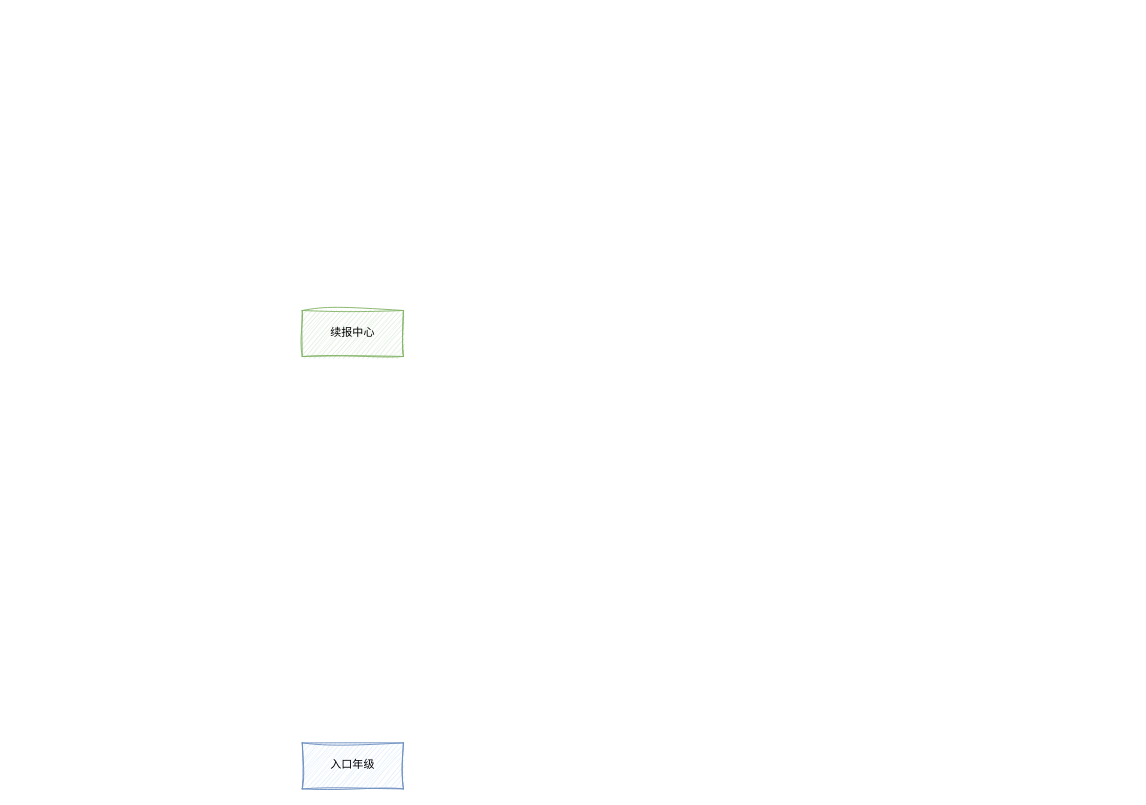
Before: xiwang/续报中心-简介.drawio in LanSeTianYe/draw, a draw.io diagram. Source tidied: cells renumbered, new cells numbered last; positions are measured from the earlier drawing's top-left corner, leaving out a move shared by most shapes. Both pictures are drawn from the tidied source at 92%, with x=0, y=0 at pixel (302, 310).
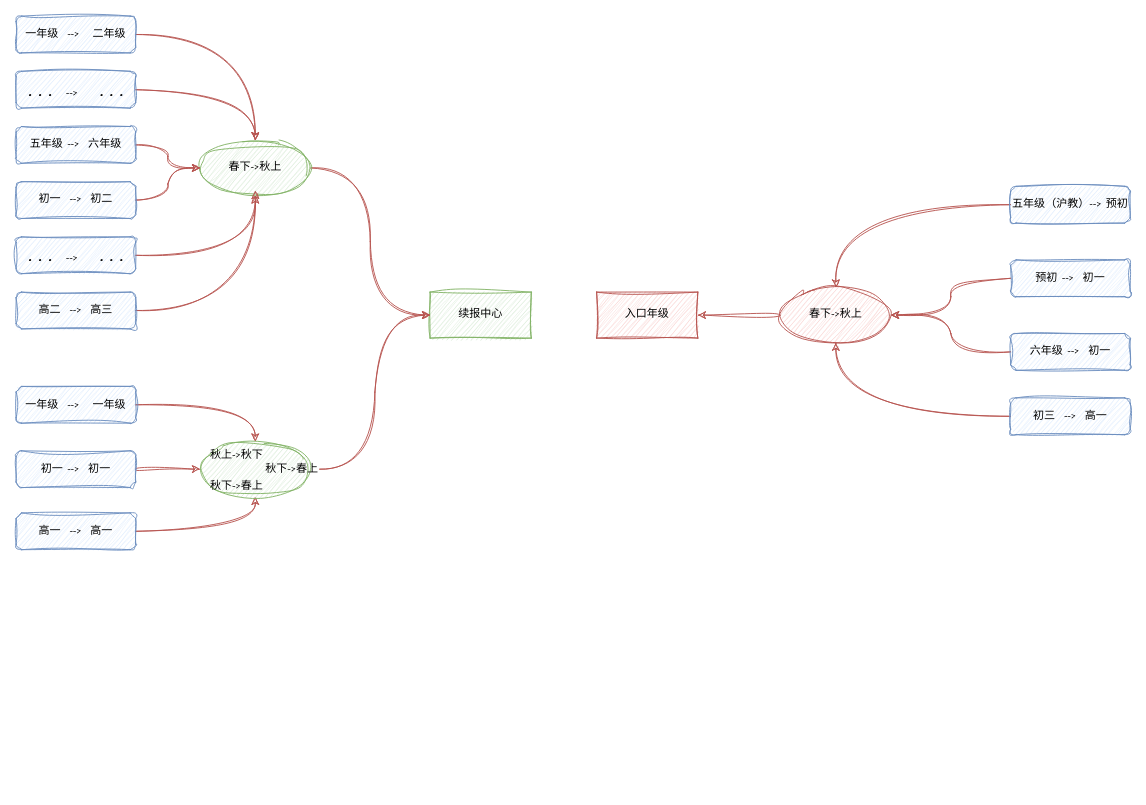
After the change.

Commit message (it also covers changes not shown here):
更新续报中心-简介.drawio

Diff of the diagram source:
```diff
@@
     <mxCell id="2" value="续报中心" style="rounded=0;whiteSpace=wrap;html=1;sketch=1;hachureGap=4;jiggle=2;curveFitting=1;fontFamily=Architects Daughter;fillColor=#d5e8d4;strokeColor=#82b366;" parent="1" vertex="1">
-      <mxGeometry width="110" height="50" as="geometry" />
+      <mxGeometry x="139" y="-20" width="110" height="50" as="geometry" />
     </mxCell>
-    <mxCell id="3" value="入口年级" style="rounded=0;whiteSpace=wrap;html=1;sketch=1;hachureGap=4;jiggle=2;curveFitting=1;fontFamily=Architects Daughter;fillColor=#dae8fc;strokeColor=#6c8ebf;" parent="1" vertex="1">
-      <mxGeometry y="470" width="110" height="50" as="geometry" />
+    <mxCell id="3" value="入口年级" style="rounded=0;whiteSpace=wrap;html=1;sketch=1;hachureGap=4;jiggle=2;curveFitting=1;fontFamily=Architects Daughter;fillColor=#f8cecc;strokeColor=#b85450;" parent="1" vertex="1">
+      <mxGeometry x="320" y="-20" width="110" height="50" as="geometry" />
     </mxCell>
+    <mxCell id="4" style="edgeStyle=orthogonalEdgeStyle;curved=1;rounded=0;sketch=1;hachureGap=4;jiggle=2;curveFitting=1;jettySize=auto;html=1;exitX=0;exitY=0.5;exitDx=0;exitDy=0;entryX=1;entryY=0.5;entryDx=0;entryDy=0;fontFamily=Architects Daughter;fillColor=#f8cecc;strokeColor=#b85450;" parent="1" edge="1" source="5" target="3">
+      <mxGeometry relative="1" as="geometry" />
+    </mxCell>
+    <mxCell id="5" value="春下-&amp;gt;秋上" style="ellipse;whiteSpace=wrap;html=1;sketch=1;hachureGap=4;jiggle=2;curveFitting=1;fontFamily=Architects Daughter;fillColor=#f8cecc;strokeColor=#b85450;" parent="1" vertex="1">
+      <mxGeometry x="520" y="-25" width="120" height="60" as="geometry" />
+    </mxCell>
+    <mxCell id="6" style="edgeStyle=orthogonalEdgeStyle;curved=1;rounded=0;sketch=1;hachureGap=4;jiggle=2;curveFitting=1;jettySize=auto;html=1;exitX=0;exitY=0.5;exitDx=0;exitDy=0;entryX=0.5;entryY=0;entryDx=0;entryDy=0;fontFamily=Architects Daughter;fillColor=#f8cecc;strokeColor=#b85450;" parent="1" edge="1" source="7" target="5">
+      <mxGeometry relative="1" as="geometry" />
+    </mxCell>
+    <mxCell id="7" value="五年级（沪教）--&amp;gt; 预初" style="rounded=1;whiteSpace=wrap;html=1;sketch=1;hachureGap=4;jiggle=2;curveFitting=1;fontFamily=Architects Daughter;fillColor=#dae8fc;strokeColor=#6c8ebf;" parent="1" vertex="1">
+      <mxGeometry x="770" y="-135" width="130" height="40" as="geometry" />
+    </mxCell>
+    <mxCell id="8" style="edgeStyle=orthogonalEdgeStyle;curved=1;rounded=0;sketch=1;hachureGap=4;jiggle=2;curveFitting=1;jettySize=auto;html=1;exitX=0;exitY=0.5;exitDx=0;exitDy=0;fontFamily=Architects Daughter;fillColor=#f8cecc;strokeColor=#b85450;" parent="1" edge="1" source="9" target="5">
+      <mxGeometry relative="1" as="geometry" />
+    </mxCell>
+    <mxCell id="9" value="初三&amp;nbsp; --&amp;gt;&amp;nbsp; 高一" style="rounded=1;whiteSpace=wrap;html=1;sketch=1;hachureGap=4;jiggle=2;curveFitting=1;fontFamily=Architects Daughter;fillColor=#dae8fc;strokeColor=#6c8ebf;" parent="1" vertex="1">
+      <mxGeometry x="770" y="95" width="130" height="40" as="geometry" />
+    </mxCell>
+    <mxCell id="10" style="edgeStyle=orthogonalEdgeStyle;curved=1;rounded=0;sketch=1;hachureGap=4;jiggle=2;curveFitting=1;jettySize=auto;html=1;exitX=0;exitY=0.5;exitDx=0;exitDy=0;entryX=1;entryY=0.5;entryDx=0;entryDy=0;fontFamily=Architects Daughter;fillColor=#f8cecc;strokeColor=#b85450;" parent="1" edge="1" source="11" target="5">
+      <mxGeometry relative="1" as="geometry" />
+    </mxCell>
+    <mxCell id="11" value="预初 --&amp;gt;&amp;nbsp; 初一" style="rounded=1;whiteSpace=wrap;html=1;sketch=1;hachureGap=4;jiggle=2;curveFitting=1;fontFamily=Architects Daughter;fillColor=#dae8fc;strokeColor=#6c8ebf;" parent="1" vertex="1">
+      <mxGeometry x="770" y="-55" width="130" height="40" as="geometry" />
+    </mxCell>
+    <mxCell id="12" style="edgeStyle=orthogonalEdgeStyle;curved=1;rounded=0;sketch=1;hachureGap=4;jiggle=2;curveFitting=1;jettySize=auto;html=1;exitX=1;exitY=0.5;exitDx=0;exitDy=0;entryX=0;entryY=0.5;entryDx=0;entryDy=0;fontFamily=Architects Daughter;fillColor=#f8cecc;strokeColor=#b85450;" parent="1" edge="1" source="13" target="2">
+      <mxGeometry relative="1" as="geometry" />
+    </mxCell>
+    <mxCell id="13" value="春下-&amp;gt;秋上" style="ellipse;whiteSpace=wrap;html=1;sketch=1;hachureGap=4;jiggle=2;curveFitting=1;fontFamily=Architects Daughter;fillColor=#d5e8d4;strokeColor=#82b366;" parent="1" vertex="1">
+      <mxGeometry x="-111" y="-185" width="120" height="60" as="geometry" />
+    </mxCell>
+    <mxCell id="14" style="edgeStyle=orthogonalEdgeStyle;rounded=0;sketch=1;hachureGap=4;jiggle=2;curveFitting=1;jettySize=auto;html=1;exitX=1;exitY=0.5;exitDx=0;exitDy=0;fontFamily=Architects Daughter;curved=1;fillColor=#f8cecc;strokeColor=#b85450;" parent="1" edge="1" source="15" target="13">
+      <mxGeometry relative="1" as="geometry" />
+    </mxCell>
+    <mxCell id="15" value="一年级&amp;nbsp; --&amp;gt;&amp;nbsp; &amp;nbsp;二年级" style="rounded=1;whiteSpace=wrap;html=1;sketch=1;hachureGap=4;jiggle=2;curveFitting=1;fontFamily=Architects Daughter;fillColor=#dae8fc;strokeColor=#6c8ebf;" parent="1" vertex="1">
+      <mxGeometry x="-311" y="-320" width="130" height="40" as="geometry" />
+    </mxCell>
+    <mxCell id="16" style="edgeStyle=orthogonalEdgeStyle;curved=1;rounded=0;sketch=1;hachureGap=4;jiggle=2;curveFitting=1;jettySize=auto;html=1;exitX=1;exitY=0.5;exitDx=0;exitDy=0;fontFamily=Architects Daughter;fillColor=#f8cecc;strokeColor=#b85450;" parent="1" edge="1" source="17" target="13">
+      <mxGeometry relative="1" as="geometry" />
+    </mxCell>
+    <mxCell id="17" value="初一&amp;nbsp; --&amp;gt;&amp;nbsp; 初二" style="rounded=1;whiteSpace=wrap;html=1;sketch=1;hachureGap=4;jiggle=2;curveFitting=1;fontFamily=Architects Daughter;fillColor=#dae8fc;strokeColor=#6c8ebf;" parent="1" vertex="1">
+      <mxGeometry x="-311" y="-140" width="130" height="40" as="geometry" />
+    </mxCell>
+    <mxCell id="18" style="edgeStyle=orthogonalEdgeStyle;curved=1;rounded=0;sketch=1;hachureGap=4;jiggle=2;curveFitting=1;jettySize=auto;html=1;exitX=1;exitY=0.5;exitDx=0;exitDy=0;fontFamily=Architects Daughter;fillColor=#f8cecc;strokeColor=#b85450;" parent="1" edge="1" source="19" target="13">
+      <mxGeometry relative="1" as="geometry" />
+    </mxCell>
+    <mxCell id="19" value="五年级 --&amp;gt;&amp;nbsp; 六年级" style="rounded=1;whiteSpace=wrap;html=1;sketch=1;hachureGap=4;jiggle=2;curveFitting=1;fontFamily=Architects Daughter;fillColor=#dae8fc;strokeColor=#6c8ebf;" parent="1" vertex="1">
+      <mxGeometry x="-311" y="-200" width="130" height="40" as="geometry" />
+    </mxCell>
+    <mxCell id="20" style="edgeStyle=orthogonalEdgeStyle;curved=1;rounded=0;sketch=1;hachureGap=4;jiggle=2;curveFitting=1;jettySize=auto;html=1;exitX=1;exitY=0.5;exitDx=0;exitDy=0;fontFamily=Architects Daughter;fillColor=#f8cecc;strokeColor=#b85450;" parent="1" edge="1" source="21">
+      <mxGeometry relative="1" as="geometry">
+        <mxPoint x="-51" y="-130" as="targetPoint" />
+      </mxGeometry>
+    </mxCell>
+    <mxCell id="21" value="高二&amp;nbsp; --&amp;gt;&amp;nbsp; 高三" style="rounded=1;whiteSpace=wrap;html=1;sketch=1;hachureGap=4;jiggle=2;curveFitting=1;fontFamily=Architects Daughter;fillColor=#dae8fc;strokeColor=#6c8ebf;" parent="1" vertex="1">
+      <mxGeometry x="-311" y="-20" width="130" height="40" as="geometry" />
+    </mxCell>
+    <mxCell id="22" style="edgeStyle=orthogonalEdgeStyle;curved=1;rounded=0;sketch=1;hachureGap=4;jiggle=2;curveFitting=1;jettySize=auto;html=1;exitX=1;exitY=0.5;exitDx=0;exitDy=0;fontFamily=Architects Daughter;fillColor=#f8cecc;strokeColor=#b85450;" parent="1" edge="1" source="23" target="13">
+      <mxGeometry relative="1" as="geometry" />
+    </mxCell>
+    <mxCell id="23" value="&lt;font style=&quot;&quot;&gt;&lt;b style=&quot;font-size: 20px;&quot;&gt;. . .&amp;nbsp; &lt;/b&gt;&lt;font style=&quot;font-size: 12px;&quot;&gt;--&amp;gt;&lt;/font&gt;&lt;b style=&quot;font-size: 20px;&quot;&gt;&amp;nbsp; &amp;nbsp;. . .&lt;/b&gt;&lt;/font&gt;" style="rounded=1;whiteSpace=wrap;html=1;sketch=1;hachureGap=4;jiggle=2;curveFitting=1;fontFamily=Architects Daughter;fillColor=#dae8fc;strokeColor=#6c8ebf;" parent="1" vertex="1">
+      <mxGeometry x="-311" y="-260" width="130" height="40" as="geometry" />
+    </mxCell>
+    <mxCell id="24" style="edgeStyle=orthogonalEdgeStyle;curved=1;rounded=0;sketch=1;hachureGap=4;jiggle=2;curveFitting=1;jettySize=auto;html=1;exitX=1;exitY=0.5;exitDx=0;exitDy=0;fontFamily=Architects Daughter;fillColor=#f8cecc;strokeColor=#b85450;" parent="1" edge="1" source="25" target="13">
+      <mxGeometry relative="1" as="geometry" />
+    </mxCell>
+    <mxCell id="25" value="&lt;font style=&quot;&quot;&gt;&lt;b style=&quot;font-size: 20px;&quot;&gt;. . .&amp;nbsp; &lt;/b&gt;&lt;font style=&quot;font-size: 12px;&quot;&gt;--&amp;gt;&lt;/font&gt;&lt;b style=&quot;font-size: 20px;&quot;&gt;&amp;nbsp; &amp;nbsp;. . .&lt;/b&gt;&lt;/font&gt;" style="rounded=1;whiteSpace=wrap;html=1;sketch=1;hachureGap=4;jiggle=2;curveFitting=1;fontFamily=Architects Daughter;fillColor=#dae8fc;strokeColor=#6c8ebf;" parent="1" vertex="1">
+      <mxGeometry x="-311" y="-80" width="130" height="40" as="geometry" />
+    </mxCell>
+    <mxCell id="26" style="edgeStyle=orthogonalEdgeStyle;curved=1;rounded=0;sketch=1;hachureGap=4;jiggle=2;curveFitting=1;jettySize=auto;html=1;exitX=1;exitY=0.5;exitDx=0;exitDy=0;fontFamily=Architects Daughter;fillColor=#f8cecc;strokeColor=#b85450;" parent="1" edge="1" source="27" target="32">
+      <mxGeometry relative="1" as="geometry" />
+    </mxCell>
+    <mxCell id="27" value="一年级&amp;nbsp; --&amp;gt;&amp;nbsp; &amp;nbsp;一年级" style="rounded=1;whiteSpace=wrap;html=1;sketch=1;hachureGap=4;jiggle=2;curveFitting=1;fontFamily=Architects Daughter;fillColor=#dae8fc;strokeColor=#6c8ebf;" parent="1" vertex="1">
+      <mxGeometry x="-311" y="82.5" width="130" height="40" as="geometry" />
+    </mxCell>
+    <mxCell id="28" style="edgeStyle=orthogonalEdgeStyle;curved=1;rounded=0;sketch=1;hachureGap=4;jiggle=2;curveFitting=1;jettySize=auto;html=1;exitX=1;exitY=0.5;exitDx=0;exitDy=0;entryX=0.5;entryY=1;entryDx=0;entryDy=0;fontFamily=Architects Daughter;fillColor=#f8cecc;strokeColor=#b85450;" parent="1" edge="1" source="29" target="32">
+      <mxGeometry relative="1" as="geometry" />
+    </mxCell>
+    <mxCell id="29" value="高一&amp;nbsp; --&amp;gt;&amp;nbsp; 高一" style="rounded=1;whiteSpace=wrap;html=1;sketch=1;hachureGap=4;jiggle=2;curveFitting=1;fontFamily=Architects Daughter;fillColor=#dae8fc;strokeColor=#6c8ebf;" parent="1" vertex="1">
+      <mxGeometry x="-311" y="220" width="130" height="40" as="geometry" />
+    </mxCell>
+    <mxCell id="30" style="edgeStyle=orthogonalEdgeStyle;curved=1;rounded=0;sketch=1;hachureGap=4;jiggle=2;curveFitting=1;jettySize=auto;html=1;exitX=1;exitY=0.5;exitDx=0;exitDy=0;fontFamily=Architects Daughter;fillColor=#f8cecc;strokeColor=#b85450;" parent="1" edge="1" source="31" target="32">
+      <mxGeometry relative="1" as="geometry" />
+    </mxCell>
+    <mxCell id="31" value="初一 --&amp;gt;&amp;nbsp; 初一" style="rounded=1;whiteSpace=wrap;html=1;sketch=1;hachureGap=4;jiggle=2;curveFitting=1;fontFamily=Architects Daughter;fillColor=#dae8fc;strokeColor=#6c8ebf;" parent="1" vertex="1">
+      <mxGeometry x="-311" y="152.5" width="130" height="40" as="geometry" />
+    </mxCell>
+    <mxCell id="32" style="ellipse;whiteSpace=wrap;html=1;sketch=1;hachureGap=4;jiggle=2;curveFitting=1;fontFamily=Architects Daughter;fillColor=#d5e8d4;strokeColor=#82b366;" parent="1" vertex="1">
+      <mxGeometry x="-111" y="142.5" width="120" height="60" as="geometry" />
+    </mxCell>
+    <mxCell id="33" value="秋上-&amp;gt;秋下" style="text;html=1;align=center;verticalAlign=middle;whiteSpace=wrap;rounded=0;fontFamily=Architects Daughter;" parent="1" vertex="1">
+      <mxGeometry x="-101" y="142.5" width="60" height="30" as="geometry" />
+    </mxCell>
+    <mxCell id="34" style="edgeStyle=orthogonalEdgeStyle;curved=1;rounded=0;sketch=1;hachureGap=4;jiggle=2;curveFitting=1;jettySize=auto;html=1;exitX=1;exitY=0.5;exitDx=0;exitDy=0;entryX=0;entryY=0.5;entryDx=0;entryDy=0;fontFamily=Architects Daughter;fillColor=#f8cecc;strokeColor=#b85450;" parent="1" edge="1" source="35" target="2">
+      <mxGeometry relative="1" as="geometry" />
+    </mxCell>
+    <mxCell id="35" value="秋下-&amp;gt;春上" style="text;html=1;align=center;verticalAlign=middle;whiteSpace=wrap;rounded=0;fontFamily=Architects Daughter;" parent="1" vertex="1">
+      <mxGeometry x="-41" y="157.5" width="60" height="30" as="geometry" />
+    </mxCell>
+    <mxCell id="36" value="秋下-&amp;gt;春上" style="text;html=1;align=center;verticalAlign=middle;whiteSpace=wrap;rounded=0;fontFamily=Architects Daughter;" parent="1" vertex="1">
+      <mxGeometry x="-101" y="176.2" width="60" height="30" as="geometry" />
+    </mxCell>
+    <mxCell id="37" style="edgeStyle=orthogonalEdgeStyle;curved=1;rounded=0;sketch=1;hachureGap=4;jiggle=2;curveFitting=1;jettySize=auto;html=1;exitX=0;exitY=0.5;exitDx=0;exitDy=0;entryX=1;entryY=0.5;entryDx=0;entryDy=0;fontFamily=Architects Daughter;fillColor=#f8cecc;strokeColor=#b85450;" parent="1" edge="1" source="38" target="5">
+      <mxGeometry relative="1" as="geometry" />
+    </mxCell>
+    <mxCell id="38" value="六年级 --&amp;gt;&amp;nbsp; 初一" style="rounded=1;whiteSpace=wrap;html=1;sketch=1;hachureGap=4;jiggle=2;curveFitting=1;fontFamily=Architects Daughter;fillColor=#dae8fc;strokeColor=#6c8ebf;" parent="1" vertex="1">
+      <mxGeometry x="770" y="25" width="130" height="40" as="geometry" />
+    </mxCell>
```
